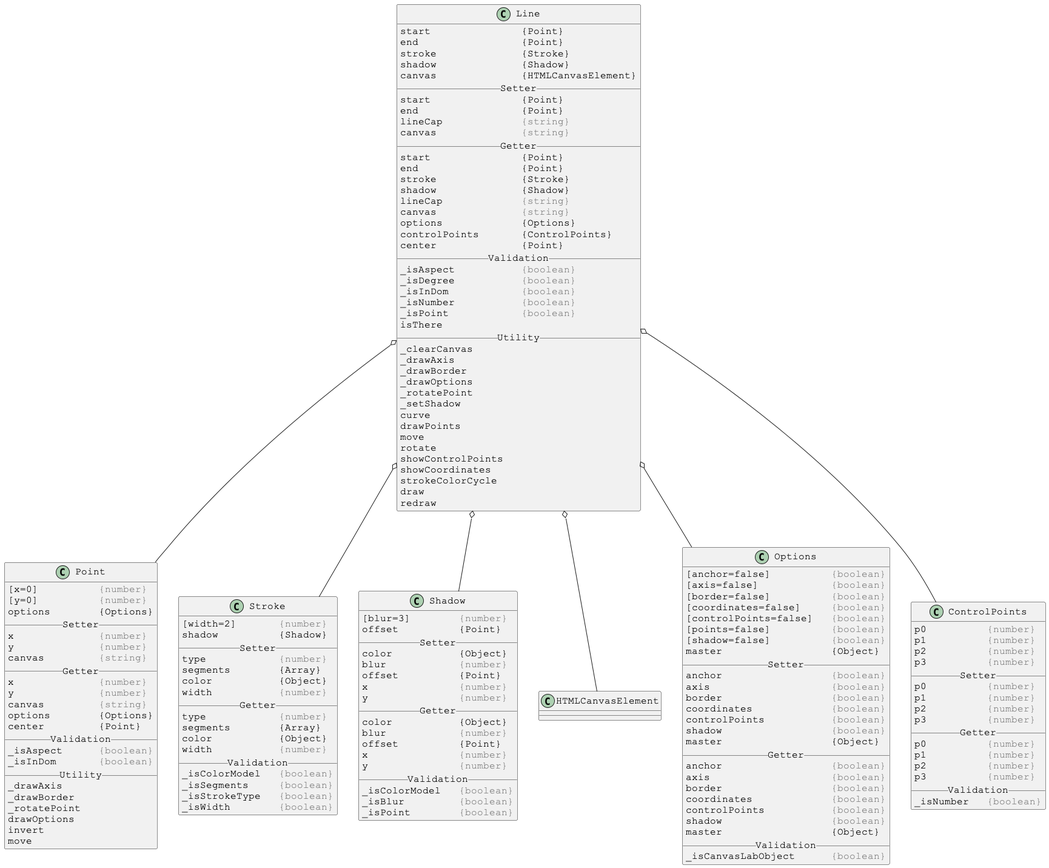
Earlier version of the PlantUML export docs/PlantUml/image/linked/Line-linked.png (Justin-Byrne/canvasLab).
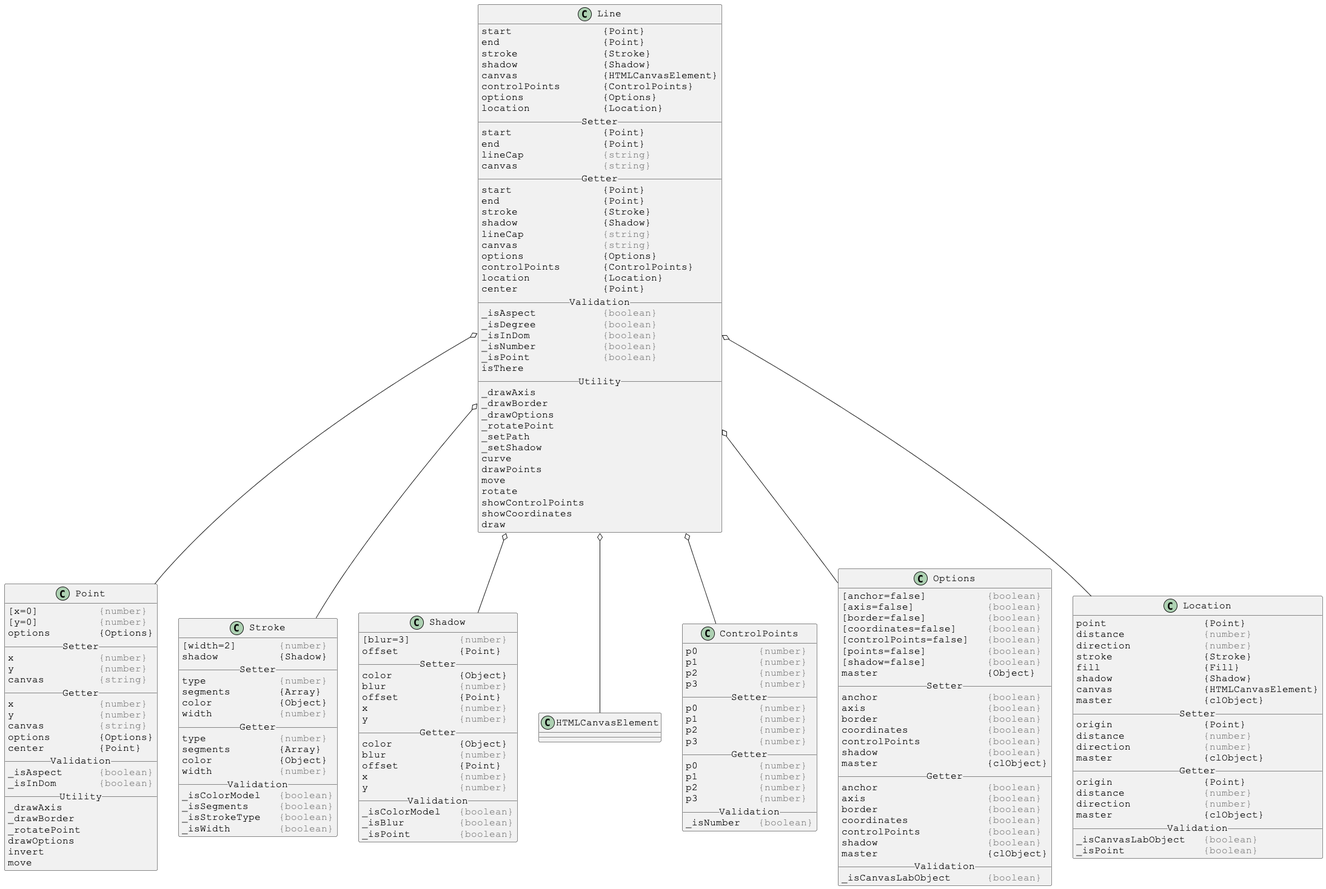
After the commit.

The edit, as a diff of the source:
```diff
@@ -9,6 +9,9 @@
 stroke              {Stroke}
 shadow              {Shadow}
 canvas              {HTMLCanvasElement}
+controlPoints       {ControlPoints}
+options             {Options}
+location            {Location}
 __ Setter __
 start               {Point}
 end                 {Point}
@@ -23,6 +26,7 @@
 canvas              <color:gray>{string}</color>
 options             {Options}
 controlPoints       {ControlPoints}
+location            {Location}
 center              {Point}
 __ Validation __
 _isAspect           <color:gray>{boolean}</color>
@@ -32,11 +36,11 @@
 _isPoint            <color:gray>{boolean}</color>
 isThere
 __ Utility __
-_clearCanvas
 _drawAxis
 _drawBorder
 _drawOptions
 _rotatePoint
+_setPath
 _setShadow
 curve
 drawPoints
@@ -44,17 +48,16 @@
 rotate
 showControlPoints
 showCoordinates
-strokeColorCycle
 draw
-redraw
 }
 
 Line o-- Point
 Line o-- Stroke
 Line o-- Shadow
 Line o-- HTMLCanvasElement
+Line o-- ControlPoints
 Line o-- Options
-Line o-- ControlPoints
+Line o-- Location
 
 
 
@@ -143,40 +146,6 @@
 skinparam DefaultFontSize 16
 skinparam DefaultFontName Courier New
 
-class Options {
-[anchor=false]          <color:gray>{boolean}</color>
-[axis=false]            <color:gray>{boolean}</color>
-[border=false]          <color:gray>{boolean}</color>
-[coordinates=false]     <color:gray>{boolean}</color>
-[controlPoints=false]   <color:gray>{boolean}</color>
-[points=false]          <color:gray>{boolean}</color>
-[shadow=false]          <color:gray>{boolean}</color>
-master                  {Object}
-__ Setter __
-anchor                  <color:gray>{boolean}</color>
-axis                    <color:gray>{boolean}</color>
-border                  <color:gray>{boolean}</color>
-coordinates             <color:gray>{boolean}</color>
-controlPoints           <color:gray>{boolean}</color>
-shadow                  <color:gray>{boolean}</color>
-master                  {Object}
-__ Getter __
-anchor                  <color:gray>{boolean}</color>
-axis                    <color:gray>{boolean}</color>
-border                  <color:gray>{boolean}</color>
-coordinates             <color:gray>{boolean}</color>
-controlPoints           <color:gray>{boolean}</color>
-shadow                  <color:gray>{boolean}</color>
-master                  {Object}
-__ Validation __
-_isCanvasLabObject      <color:gray>{boolean}</color>
-}
-
-
-
-skinparam DefaultFontSize 16
-skinparam DefaultFontName Courier New
-
 class ControlPoints {
 p0          <color:gray>{number}</color>
 p1          <color:gray>{number}</color>
@@ -196,4 +165,67 @@
 _isNumber   <color:gray>{boolean}</color>
 }
 
+
+
+skinparam DefaultFontSize 16
+skinparam DefaultFontName Courier New
+
+class Options {
+[anchor=false]          <color:gray>{boolean}</color>
+[axis=false]            <color:gray>{boolean}</color>
+[border=false]          <color:gray>{boolean}</color>
+[coordinates=false]     <color:gray>{boolean}</color>
+[controlPoints=false]   <color:gray>{boolean}</color>
+[points=false]          <color:gray>{boolean}</color>
+[shadow=false]          <color:gray>{boolean}</color>
+master                  {Object}
+__ Setter __
+anchor                  <color:gray>{boolean}</color>
+axis                    <color:gray>{boolean}</color>
+border                  <color:gray>{boolean}</color>
+coordinates             <color:gray>{boolean}</color>
+controlPoints           <color:gray>{boolean}</color>
+shadow                  <color:gray>{boolean}</color>
+master                  {clObject}
+__ Getter __
+anchor                  <color:gray>{boolean}</color>
+axis                    <color:gray>{boolean}</color>
+border                  <color:gray>{boolean}</color>
+coordinates             <color:gray>{boolean}</color>
+controlPoints           <color:gray>{boolean}</color>
+shadow                  <color:gray>{boolean}</color>
+master                  {clObject}
+__ Validation __
+_isCanvasLabObject      <color:gray>{boolean}</color>
+}
+
+
+
+skinparam DefaultFontSize 16
+skinparam DefaultFontName Courier New
+
+class Location {
+point                {Point}
+distance             <color:gray>{number}</color>
+direction            <color:gray>{number}</color>
+stroke               {Stroke}
+fill                 {Fill}
+shadow               {Shadow}
+canvas               {HTMLCanvasElement}
+master               {clObject}
+__ Setter __
+origin               {Point}
+distance             <color:gray>{number}</color>
+direction            <color:gray>{number}</color>
+master               {clObject}
+__ Getter __
+origin               {Point}
+distance             <color:gray>{number}</color>
+direction            <color:gray>{number}</color>
+master               {clObject}
+__ Validation __
+_isCanvasLabObject   <color:gray>{boolean}</color>
+_isPoint             <color:gray>{boolean}</color>
+}
+
 @enduml
```
